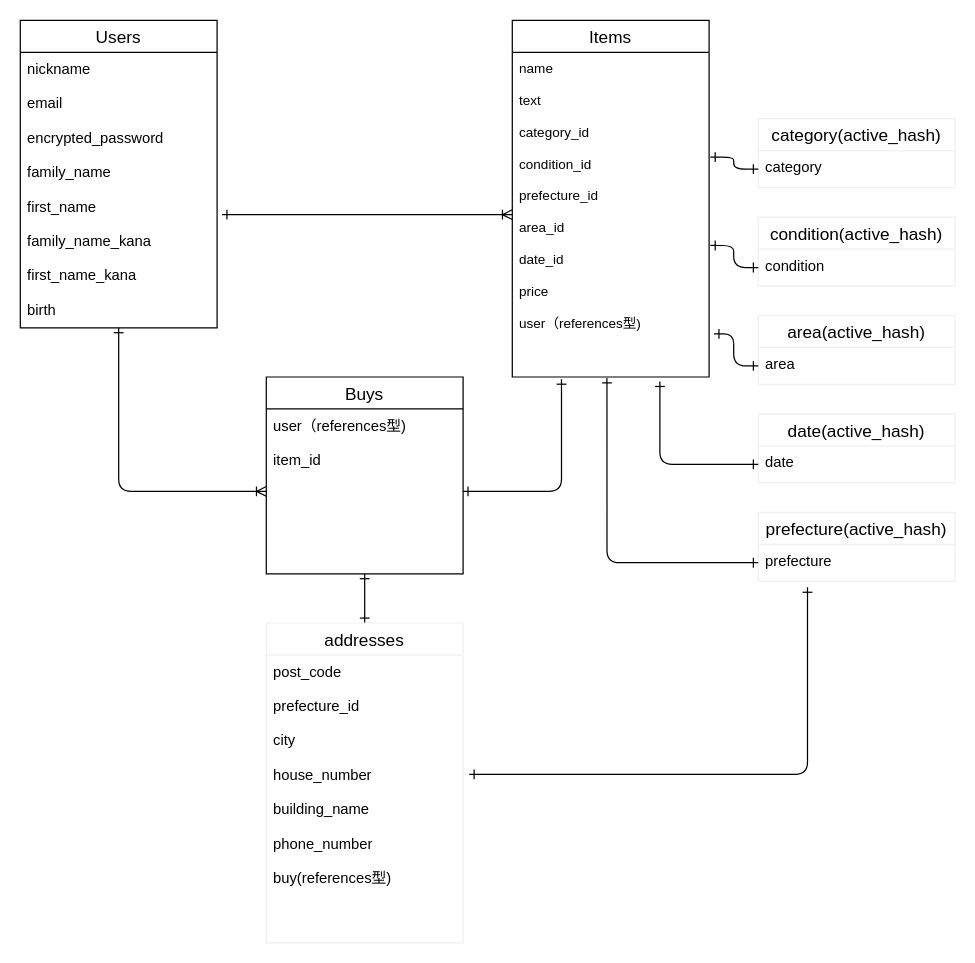
Above: furima.dio in MayumiT/furima-33052 (draw.io), before the change. Source tidied: cells renumbered, new cells numbered last; positions are measured from the earlier drawing's top-left corner, leaving out a move shared by most shapes. Both pictures are drawn from the tidied source at 123%, with x=0, y=0 at pixel (20, 20).
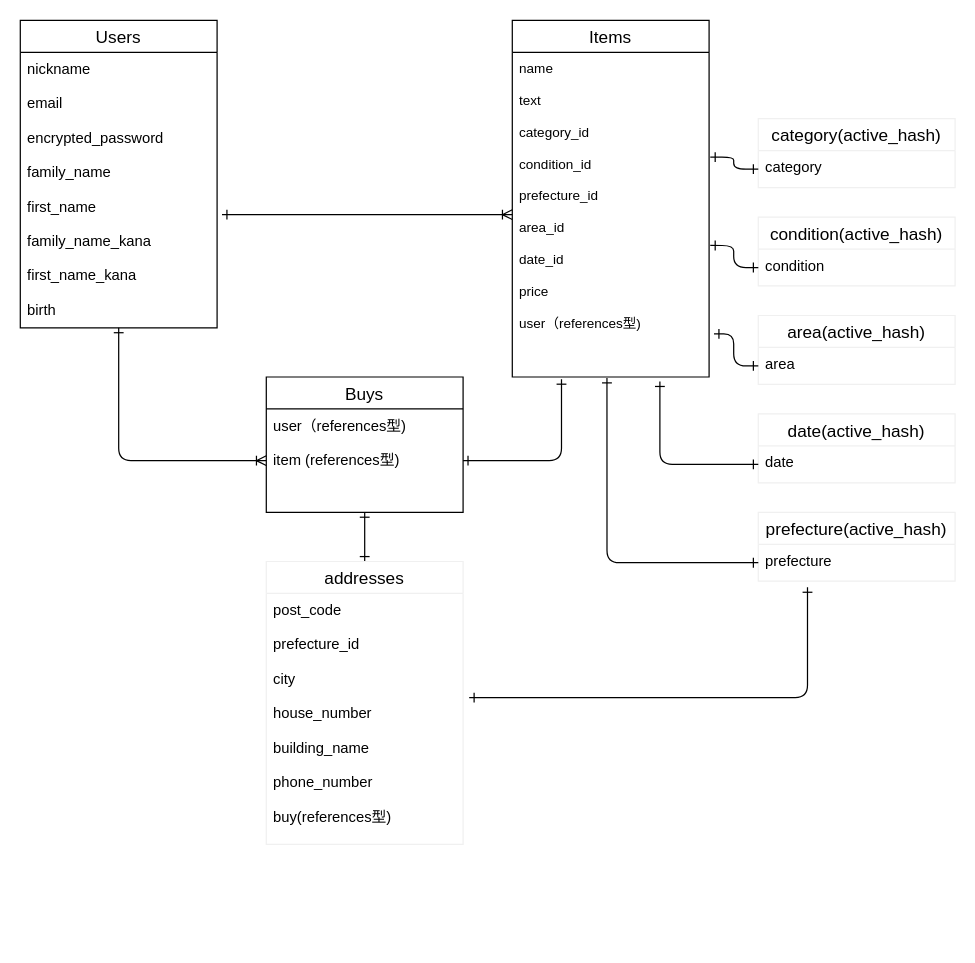
The same page after the edit.

Commit message (it also covers changes not shown here):
ER図とREADMEの再修正２

image_idの消し忘れ分

Unchanged cells that the change refers to:
```xml
<mxCell id="7" value="name&#10;&#10;text&#10;&#10;category_id&#10;&#10;condition_id&#10;&#10;prefecture_id&#10;&#10;area_id&#10;&#10;date_id&#10;&#10;price&#10;&#10;user（references型)&#10;&#10;&#10;" style="text;strokeColor=none;fillColor=none;spacingLeft=4;spacingRight=4;overflow=hidden;points=[[0,0.5],[1,0.5]];portConstraint=eastwest;fontSize=11;" parent="6" vertex="1">
  <mxGeometry y="26" width="160" height="264" as="geometry" />
</mxCell>
<mxCell id="26" value="prefecture" style="text;strokeColor=none;fillColor=none;spacingLeft=4;spacingRight=4;overflow=hidden;points=[[0,0.5],[1,0.5]];portConstraint=eastwest;fontSize=12;" parent="25" vertex="1">
  <mxGeometry y="26" width="160" height="30" as="geometry" />
</mxCell>
```

What changed in the source:
```diff
@@
     <mxCell id="5" style="edgeStyle=orthogonalEdgeStyle;rounded=1;jettySize=auto;html=1;entryX=1;entryY=0.5;entryDx=0;entryDy=0;startArrow=ERone;startFill=0;endArrow=ERone;endFill=0;fontSize=11;exitX=0.25;exitY=1.007;exitDx=0;exitDy=0;exitPerimeter=0;" parent="1" edge="1" source="7" target="10">
       <mxGeometry relative="1" as="geometry">
         <Array as="points">
-          <mxPoint x="440" y="383" />
+          <mxPoint x="440" y="358" />
         </Array>
       </mxGeometry>
     </mxCell>
@@
     <mxCell id="9" value="Buys" style="swimlane;fontStyle=0;horizontal=1;startSize=26;align=center;fontSize=14;" parent="1" vertex="1">
-      <mxGeometry x="200" y="290" width="160" height="160" as="geometry" />
+      <mxGeometry x="200" y="290" width="160" height="110" as="geometry" />
     </mxCell>
-    <mxCell id="10" value="user（references型)&#10;&#10;item_id" style="text;strokeColor=none;fillColor=none;spacingLeft=4;spacingRight=4;overflow=hidden;points=[[0,0.5],[1,0.5]];portConstraint=eastwest;fontSize=12;" parent="9" vertex="1">
-      <mxGeometry y="26" width="160" height="134" as="geometry" />
+    <mxCell id="10" value="user（references型)&#10;&#10;item (references型)" style="text;strokeColor=none;fillColor=none;spacingLeft=4;spacingRight=4;overflow=hidden;points=[[0,0.5],[1,0.5]];portConstraint=eastwest;fontSize=12;" parent="9" vertex="1">
+      <mxGeometry y="26" width="160" height="84" as="geometry" />
     </mxCell>
     <mxCell id="11" value="addresses" style="swimlane;fontStyle=0;horizontal=1;startSize=26;align=center;fontSize=14;strokeColor=#f0f0f0;" parent="1" vertex="1">
-      <mxGeometry x="200" y="490" width="160" height="260" as="geometry" />
+      <mxGeometry x="200" y="440" width="160" height="230" as="geometry" />
     </mxCell>
     <mxCell id="12" value="post_code&#10;&#10;prefecture_id&#10;&#10;city&#10;&#10;house_number&#10;&#10;building_name&#10;&#10;phone_number&#10;&#10;buy(references型)&#10;&#10;&#10;&#10;&#10;" style="text;strokeColor=none;fillColor=none;spacingLeft=4;spacingRight=4;overflow=hidden;points=[[0,0.5],[1,0.5]];portConstraint=eastwest;fontSize=12;" parent="11" vertex="1">
-      <mxGeometry y="26" width="160" height="234" as="geometry" />
+      <mxGeometry y="26" width="160" height="204" as="geometry" />
     </mxCell>
@@
     <mxCell id="28" style="edgeStyle=orthogonalEdgeStyle;rounded=1;jettySize=auto;html=1;entryX=0.25;entryY=1.167;entryDx=0;entryDy=0;entryPerimeter=0;startArrow=ERone;startFill=0;endArrow=ERone;endFill=0;fontSize=11;exitX=1.031;exitY=0.415;exitDx=0;exitDy=0;exitPerimeter=0;" parent="1" edge="1" source="12" target="26">
       <mxGeometry relative="1" as="geometry">
         <Array as="points">
-          <mxPoint x="640" y="613" />
+          <mxPoint x="640" y="551" />
         </Array>
       </mxGeometry>
     </mxCell>
```
